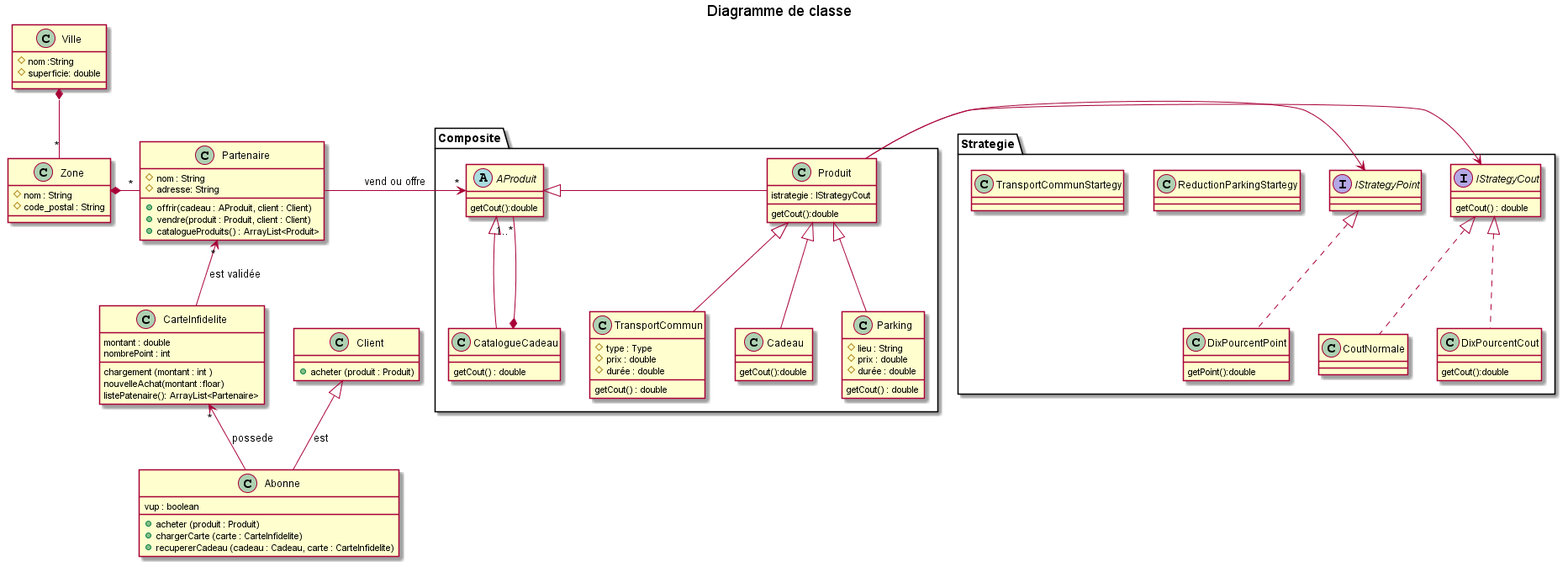
Above: out/Diagramme/Readme.png in ZeroAbsolue/infidelite (PlantUML), before the change.
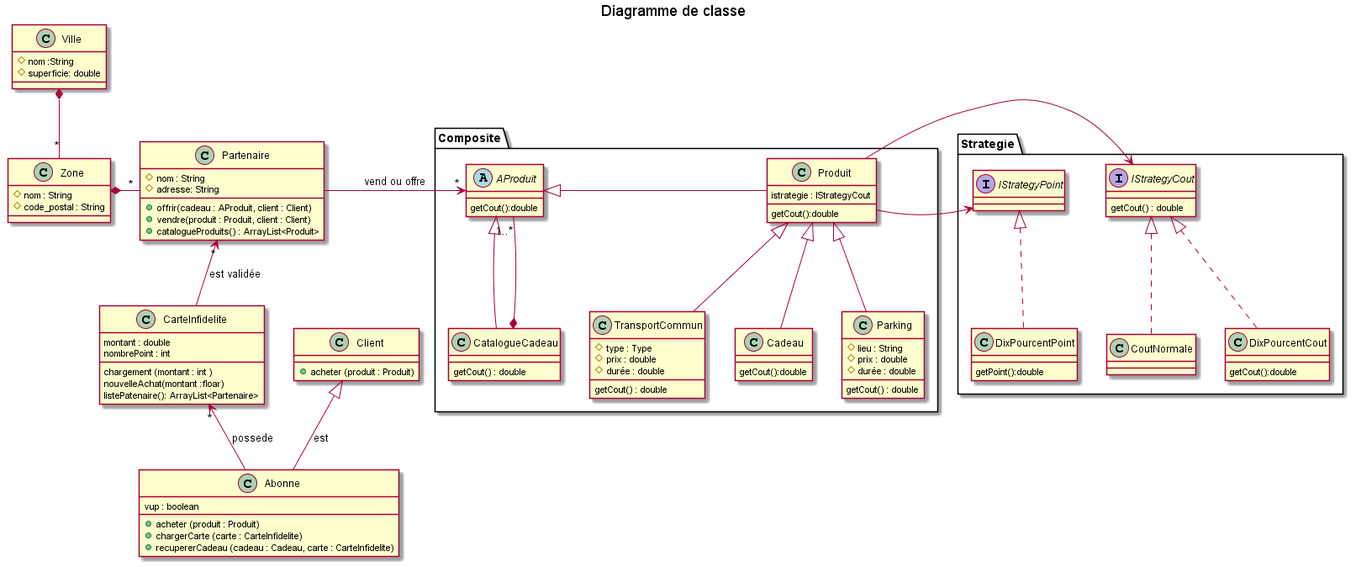
Later version of the same file.

Commit message:
Mise a jour diagramme de classe

Diff of the diagram source:
```diff
@@ -74,8 +74,6 @@
 
 
 package Strategie{
-    class ReductionParkingStartegy
-    class TransportCommunStartegy
     class CoutNormale
     class DixPourcentPoint{
         getPoint():double
```
